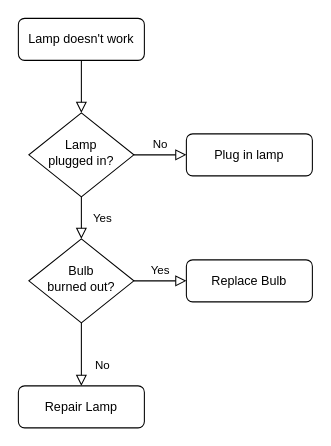
The draw.io diagram Untitled Diagram.drawio in BurryChen/Colaboratory, before the edit. Source tidied: cells renumbered, new cells numbered last; positions are measured from the earlier drawing's top-left corner, leaving out a move shared by most shapes. Both pictures are drawn from the tidied source at 105%, with x=0, y=0 at pixel (18, 18).
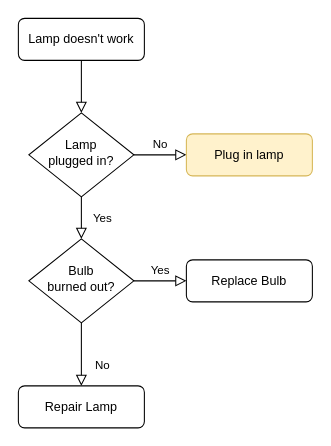
Above is the later version.

The edit, as a diff of the source:
```diff
@@
 <mxGraphModel>
   <root>
     <mxCell id="0" />
     <mxCell id="1" parent="0" />
     <mxCell id="2" style="rounded=0;html=1;jettySize=auto;fontSize=11;endArrow=block;endFill=0;endSize=8;strokeWidth=1;shadow=0;labelBackgroundColor=none;edgeStyle=orthogonalEdgeStyle;" parent="1" edge="1" source="3" target="6">
       <mxGeometry relative="1" as="geometry" />
     </mxCell>
     <mxCell id="3" value="Lamp doesn't work" style="rounded=1;whiteSpace=wrap;html=1;fontSize=12;glass=0;strokeWidth=1;shadow=0;" parent="1" vertex="1">
       <mxGeometry width="120" height="40" as="geometry" />
     </mxCell>
     <mxCell id="4" value="Yes" style="rounded=0;html=1;jettySize=auto;fontSize=11;endArrow=block;endFill=0;endSize=8;strokeWidth=1;shadow=0;labelBackgroundColor=none;edgeStyle=orthogonalEdgeStyle;" parent="1" edge="1" source="6" target="10">
       <mxGeometry y="20" relative="1" as="geometry" />
     </mxCell>
     <mxCell id="5" value="No" style="edgeStyle=orthogonalEdgeStyle;rounded=0;html=1;jettySize=auto;fontSize=11;endArrow=block;endFill=0;endSize=8;strokeWidth=1;shadow=0;labelBackgroundColor=none;" parent="1" edge="1" source="6" target="7">
       <mxGeometry y="10" relative="1" as="geometry" />
     </mxCell>
     <mxCell id="6" value="Lamp&lt;br&gt;plugged in?" style="rhombus;whiteSpace=wrap;html=1;shadow=0;fontFamily=Helvetica;fontSize=12;align=center;strokeWidth=1;spacing=6;spacingTop=-4;" parent="1" vertex="1">
       <mxGeometry x="10" y="90" width="100" height="80" as="geometry" />
     </mxCell>
-    <mxCell id="7" value="Plug in lamp" style="rounded=1;whiteSpace=wrap;html=1;fontSize=12;glass=0;strokeWidth=1;shadow=0;" parent="1" vertex="1">
+    <mxCell id="7" value="Plug in lamp" style="rounded=1;whiteSpace=wrap;html=1;fontSize=12;glass=0;strokeWidth=1;shadow=0;fillColor=#fff2cc;strokeColor=#d6b656;" parent="1" vertex="1">
       <mxGeometry x="160" y="110" width="120" height="40" as="geometry" />
     </mxCell>
     <mxCell id="8" value="No" style="rounded=0;html=1;jettySize=auto;fontSize=11;endArrow=block;endFill=0;endSize=8;strokeWidth=1;shadow=0;labelBackgroundColor=none;edgeStyle=orthogonalEdgeStyle;" parent="1" edge="1" source="10" target="11">
       <mxGeometry x="0.33" y="20" relative="1" as="geometry" />
     </mxCell>
     <mxCell id="9" value="Yes" style="edgeStyle=orthogonalEdgeStyle;rounded=0;html=1;jettySize=auto;fontSize=11;endArrow=block;endFill=0;endSize=8;strokeWidth=1;shadow=0;labelBackgroundColor=none;" parent="1" edge="1" source="10" target="12">
       <mxGeometry y="10" relative="1" as="geometry" />
     </mxCell>
     <mxCell id="10" value="Bulb&lt;br&gt;burned out?" style="rhombus;whiteSpace=wrap;html=1;shadow=0;fontFamily=Helvetica;fontSize=12;align=center;strokeWidth=1;spacing=6;spacingTop=-4;" parent="1" vertex="1">
       <mxGeometry x="10" y="210" width="100" height="80" as="geometry" />
     </mxCell>
     <mxCell id="11" value="Repair Lamp" style="rounded=1;whiteSpace=wrap;html=1;fontSize=12;glass=0;strokeWidth=1;shadow=0;" parent="1" vertex="1">
       <mxGeometry y="350" width="120" height="40" as="geometry" />
     </mxCell>
     <mxCell id="12" value="Replace Bulb" style="rounded=1;whiteSpace=wrap;html=1;fontSize=12;glass=0;strokeWidth=1;shadow=0;" parent="1" vertex="1">
       <mxGeometry x="160" y="230" width="120" height="40" as="geometry" />
     </mxCell>
   </root>
 </mxGraphModel>
```
